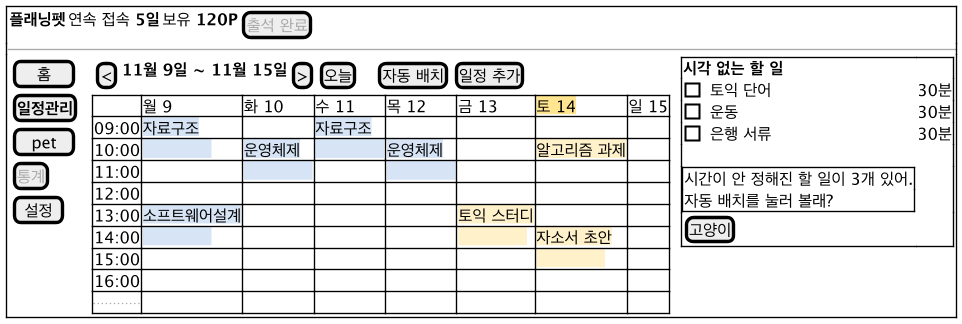
2026-2-software-system-design-11/planning-pet-app keeps this PlantUML diagram as docs/diagrams/ui-schedule.png. Above is the earlier version.
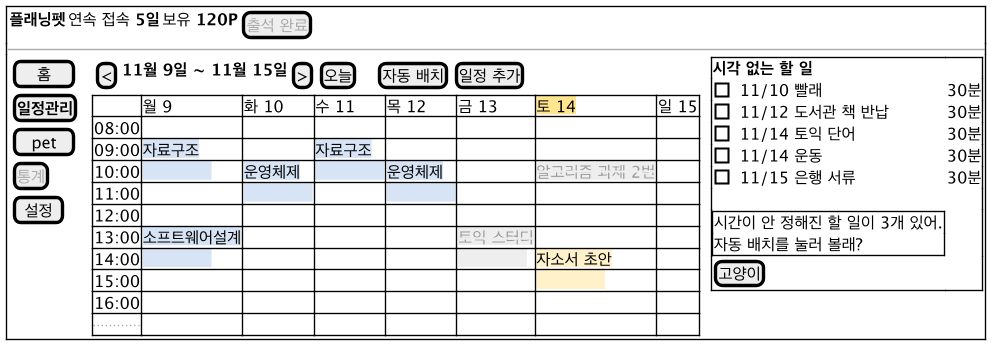
Above is the later version.

Change to the diagram source:
```diff
@@ -15,12 +15,13 @@
       { [<] | <b>11월 9일 ~ 11월 15일</b> | [>] | [오늘] | . | . | [자동 배치] | [일정 추가] }
       {#
         .     | 월 9 | 화 10 | 수 11 | 목 12 | 금 13 | <back:#FFE58F>토 14</back> | 일 15
+        08:00 | . | . | . | . | . | . | .
         09:00 | <back:#D6E4F5>자료구조</back> | . | <back:#D6E4F5>자료구조</back> | . | . | . | .
-        10:00 | <back:#D6E4F5>　　　　　</back> | <back:#D6E4F5>운영체제</back> | <back:#D6E4F5>　　　　　</back> | <back:#D6E4F5>운영체제</back> | . | <back:#FFF1C9>알고리즘 과제</back> | .
+        10:00 | <back:#D6E4F5>　　　　　</back> | <back:#D6E4F5>운영체제</back> | <back:#D6E4F5>　　　　　</back> | <back:#D6E4F5>운영체제</back> | . | <back:#EEEEEE><color:#999999><s>알고리즘 과제 2번</s></color></back> | .
         11:00 | . | <back:#D6E4F5>　　　　　</back> | . | <back:#D6E4F5>　　　　　</back> | . | . | .
         12:00 | . | . | . | . | . | . | .
-        13:00 | <back:#D6E4F5>소프트웨어설계</back> | . | . | . | <back:#FFF1C9>토익 스터디</back> | . | .
-        14:00 | <back:#D6E4F5>　　　　　</back> | . | . | . | <back:#FFF1C9>　　　　　</back> | <back:#FFF1C9>자소서 초안</back> | .
+        13:00 | <back:#D6E4F5>소프트웨어설계</back> | . | . | . | <back:#EEEEEE><color:#999999><s>토익 스터디</s></color></back> | . | .
+        14:00 | <back:#D6E4F5>　　　　　</back> | . | . | . | <back:#EEEEEE>　　　　　</back> | <back:#FFF1C9>자소서 초안</back> | .
         15:00 | . | . | . | . | . | <back:#FFF1C9>　　　　　</back> | .
         16:00 | . | . | . | . | . | . | .
         ...   | . | . | . | . | . | . | .
@@ -28,9 +29,11 @@
     } | . |
     {+
       <b>시각 없는 할 일</b> | .
-      [ ] 토익 단어 | 30분
-      [ ] 운동 | 30분
-      [ ] 은행 서류 | 30분
+      [ ] 11/10 빨래 | 30분
+      [ ] 11/12 도서관 책 반납 | 30분
+      [ ] 11/14 토익 단어 | 30분
+      [ ] 11/14 운동 | 30분
+      [ ] 11/15 은행 서류 | 30분
       . | .
       {+ 시간이 안 정해진 할 일이 3개 있어.
  자동 배치를 눌러 볼래? } | .
```
